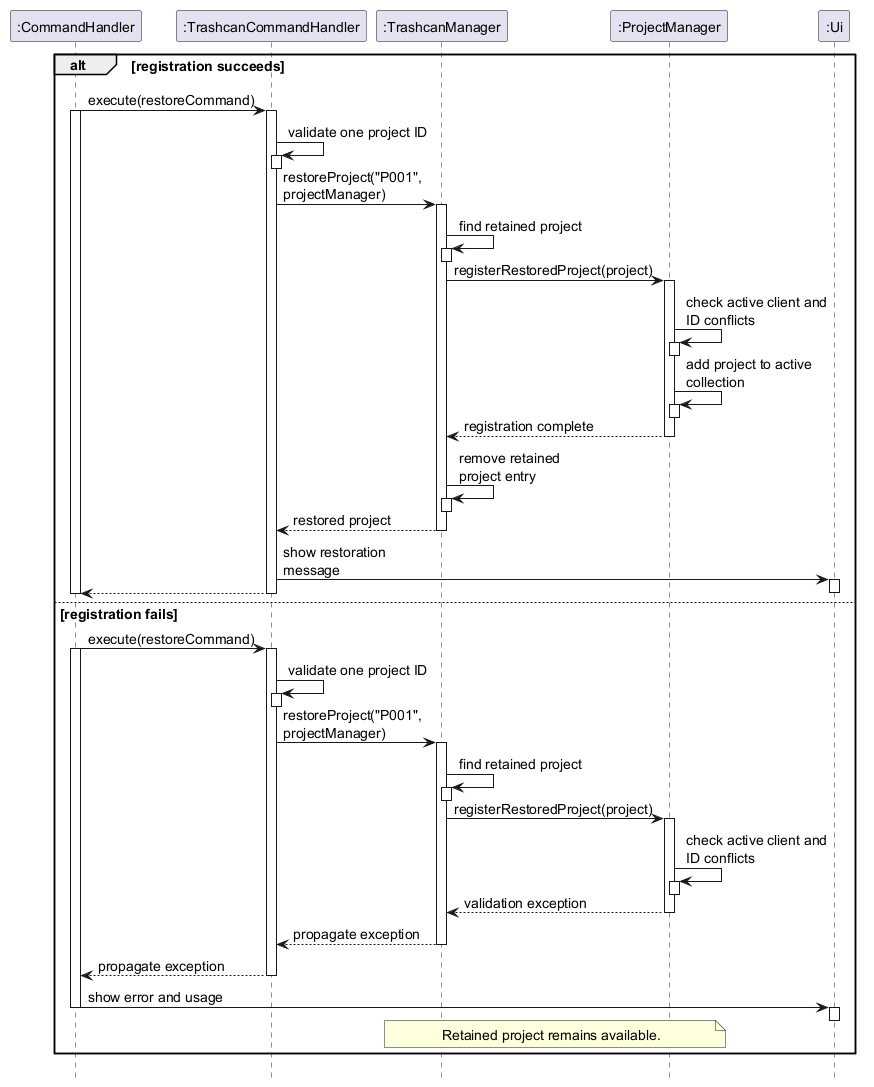
AY2627S1-CS2113-T10-3/tp keeps this PlantUML diagram as docs/images/ProjectRestoreSequenceDiagram.png. Above is the earlier version.
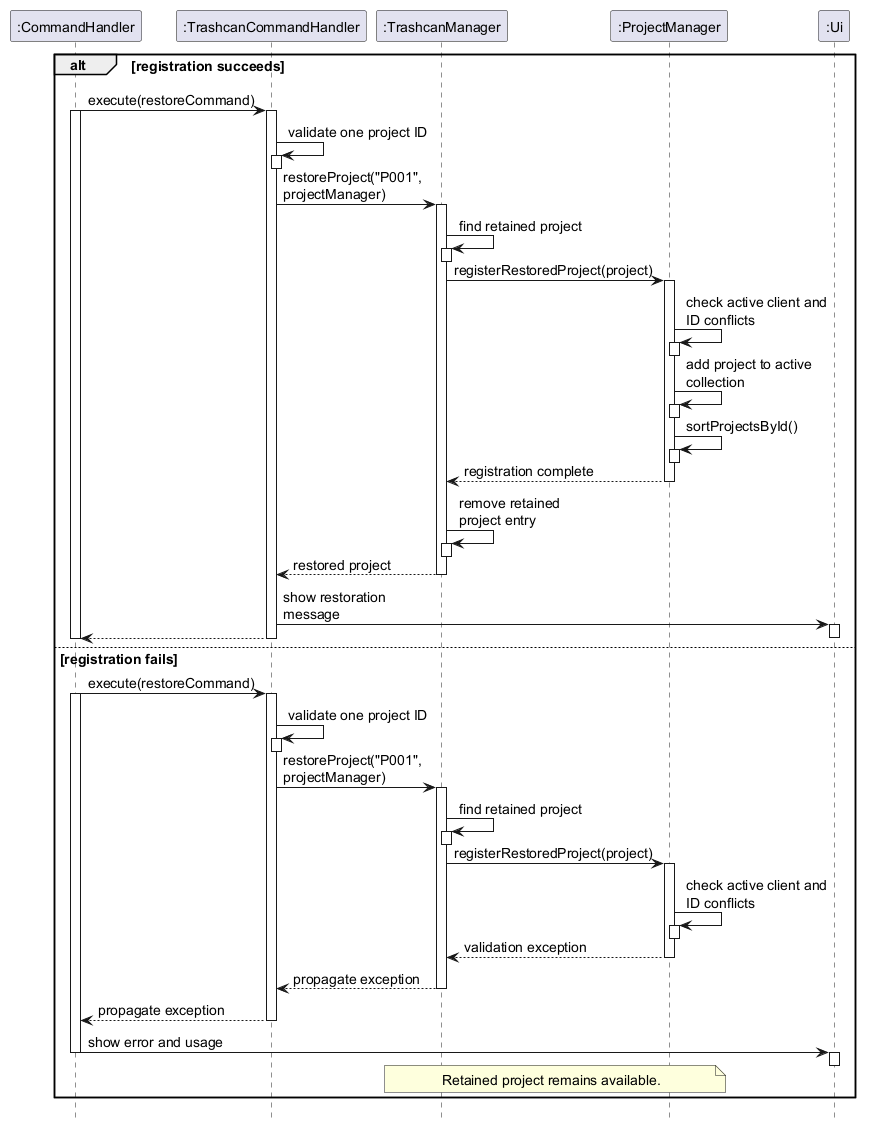
The same file after the commit.

The edit, as a diff of the source:
```diff
@@ -27,6 +27,9 @@
   activate PM
   deactivate PM
   PM -> PM : add project to active collection
+  activate PM
+  deactivate PM
+  PM -> PM : sortProjectsById()
   activate PM
   deactivate PM
   PM --> TM : registration complete
```
